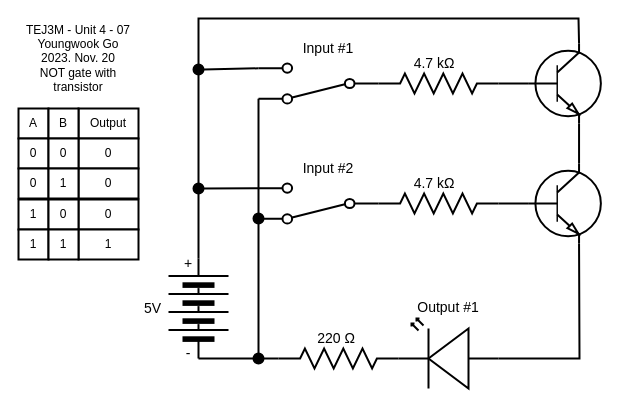
Earlier version of the draw.io diagram Unit4-08/Unit4-08.drawio (Youngwook-Go/TEJ3M-Unit4). Source tidied: cells renumbered, new cells numbered last; positions are measured from the earlier drawing's top-left corner, leaving out a move shared by most shapes. Both pictures are drawn from the tidied source at 100%, with x=0, y=0 at pixel (18, 18).
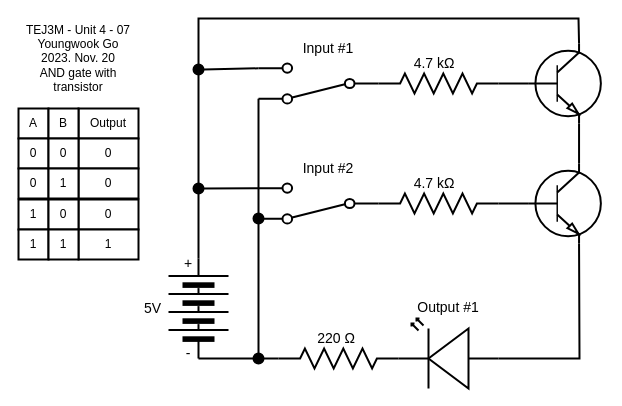
The same page after the edit.

Diff of the diagram source:
```diff
@@
-    <mxCell id="2" value="&lt;div style=&quot;font-size: 12px;&quot;&gt;TEJ3M - Unit 4 - 07&lt;/div&gt;&lt;div style=&quot;font-size: 12px;&quot;&gt;Youngwook Go&lt;/div&gt;&lt;div style=&quot;font-size: 12px;&quot;&gt;2023. Nov. 20&lt;/div&gt;&lt;div style=&quot;&quot;&gt;NOT gate with transistor&lt;/div&gt;" style="text;html=1;strokeColor=none;fillColor=none;align=center;verticalAlign=middle;whiteSpace=wrap;rounded=0;strokeWidth=2;fontSize=12;" parent="1" vertex="1">
+    <mxCell id="2" value="&lt;div style=&quot;font-size: 12px;&quot;&gt;TEJ3M - Unit 4 - 07&lt;/div&gt;&lt;div style=&quot;font-size: 12px;&quot;&gt;Youngwook Go&lt;/div&gt;&lt;div style=&quot;font-size: 12px;&quot;&gt;2023. Nov. 20&lt;/div&gt;&lt;div style=&quot;&quot;&gt;AND gate with transistor&lt;/div&gt;" style="text;html=1;strokeColor=none;fillColor=none;align=center;verticalAlign=middle;whiteSpace=wrap;rounded=0;strokeWidth=2;fontSize=12;" parent="1" vertex="1">
       <mxGeometry width="120" height="80" as="geometry" />
     </mxCell>
```
